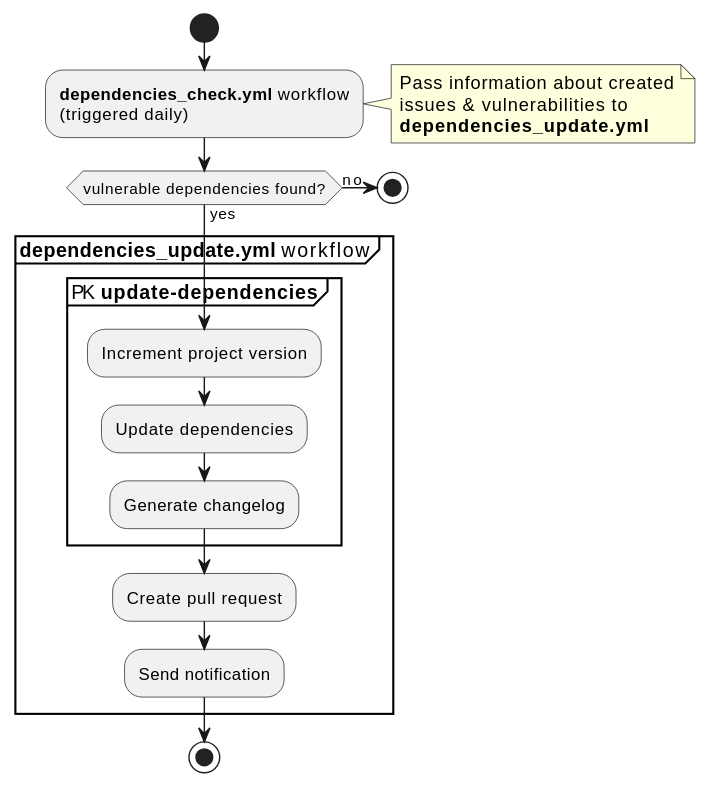
This is doc/images/dependencies_update_process.svg from exasol/project-keeper, a PlantUML export, as it was before one commit.
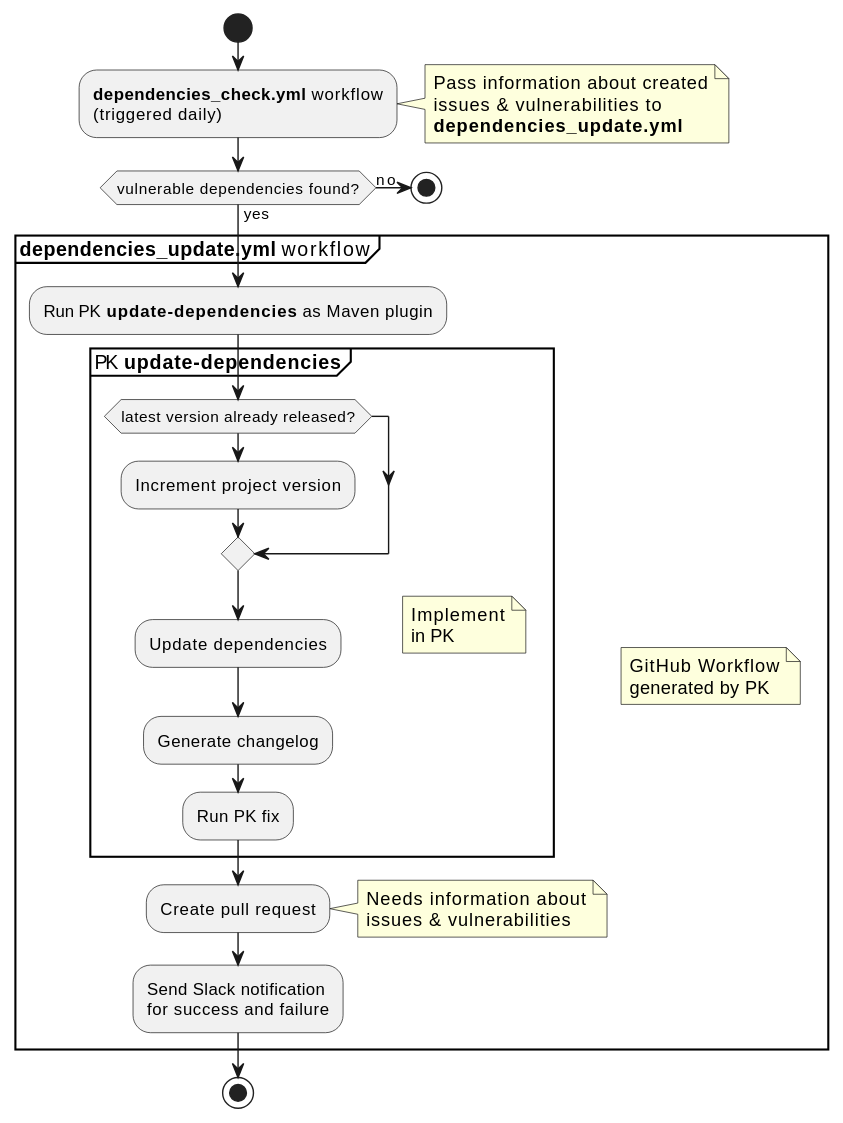
Above is the later version.

What changed in the source:
```diff
@@ -9,13 +9,30 @@
 end note
 if(vulnerable dependencies found?) then (yes)
   group **dependencies_update.yml** workflow
+    note right
+      GitHub Workflow
+      generated by PK
+    end note
+    :Run PK **update-dependencies** as Maven plugin;
     group PK **update-dependencies**
-      :Increment project version;
+      note right
+        Implement
+        in PK
+      end note
+      if(latest version already released?)
+        :Increment project version;
+      endif
       :Update dependencies;
       :Generate changelog;
+      :Run PK fix;
     end group
     :Create pull request;
-    :Send notification;
+    note right
+      Needs information about
+      issues & vulnerabilities
+    end note
+    :Send Slack notification
+    for success and failure;
   end group
 else (no)
   stop
```
